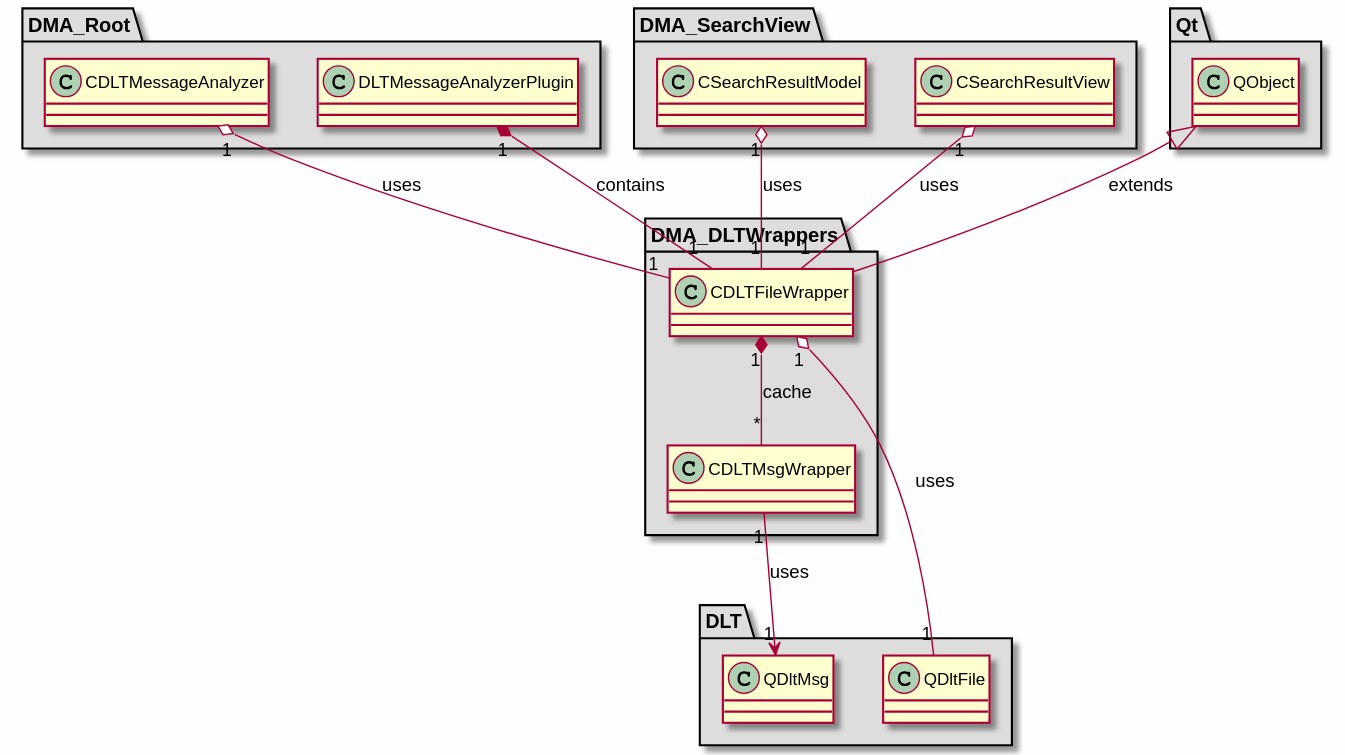
svlad-90/DLT-Message-Analyzer keeps this PlantUML diagram as md/dev_docs/puml/DMA_DLTWrappers.svg. Above is the earlier version.
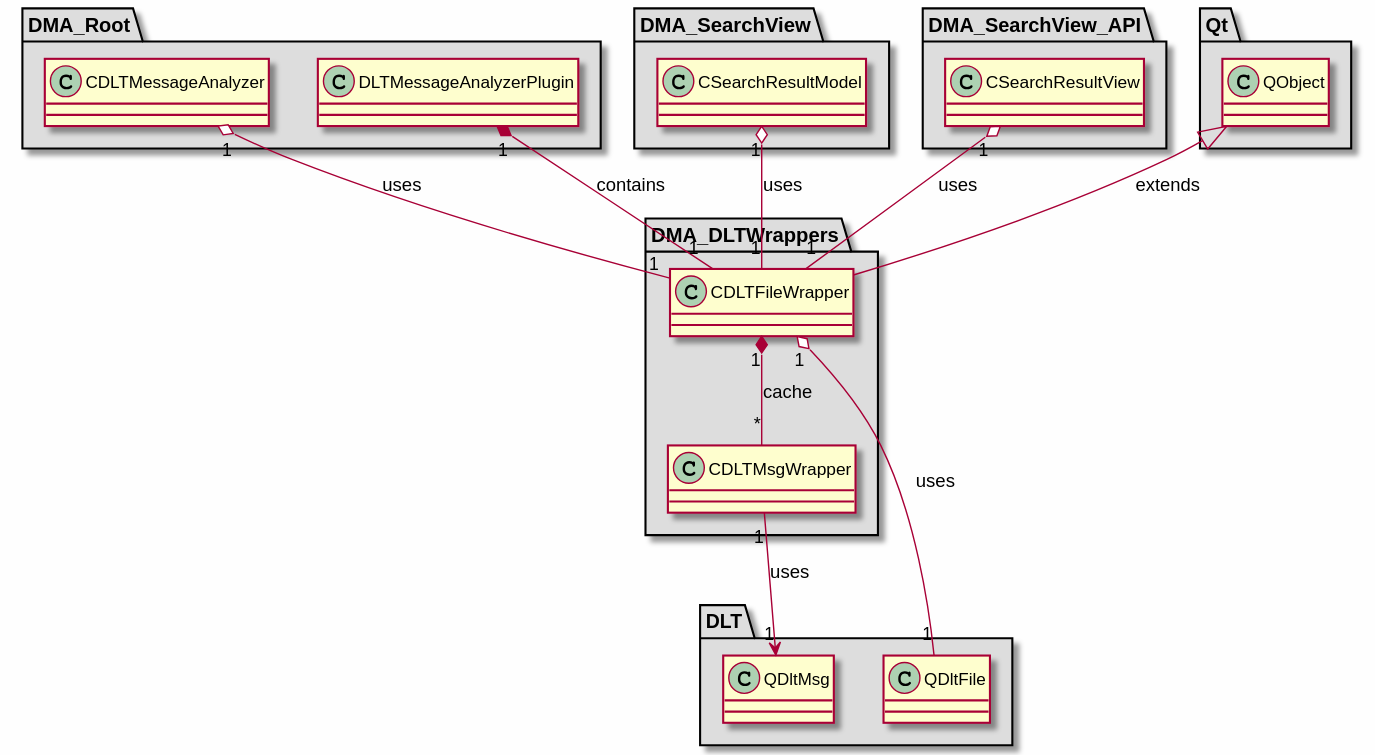
The same file after the commit.

The edit, as a diff of the source:
```diff
@@ -48,6 +48,11 @@
 {
 }
 
+}
+
+package "DMA_SearchView_API" #DDDDDD
+{
+
 class "CSearchResultView"
 {
 }
```
